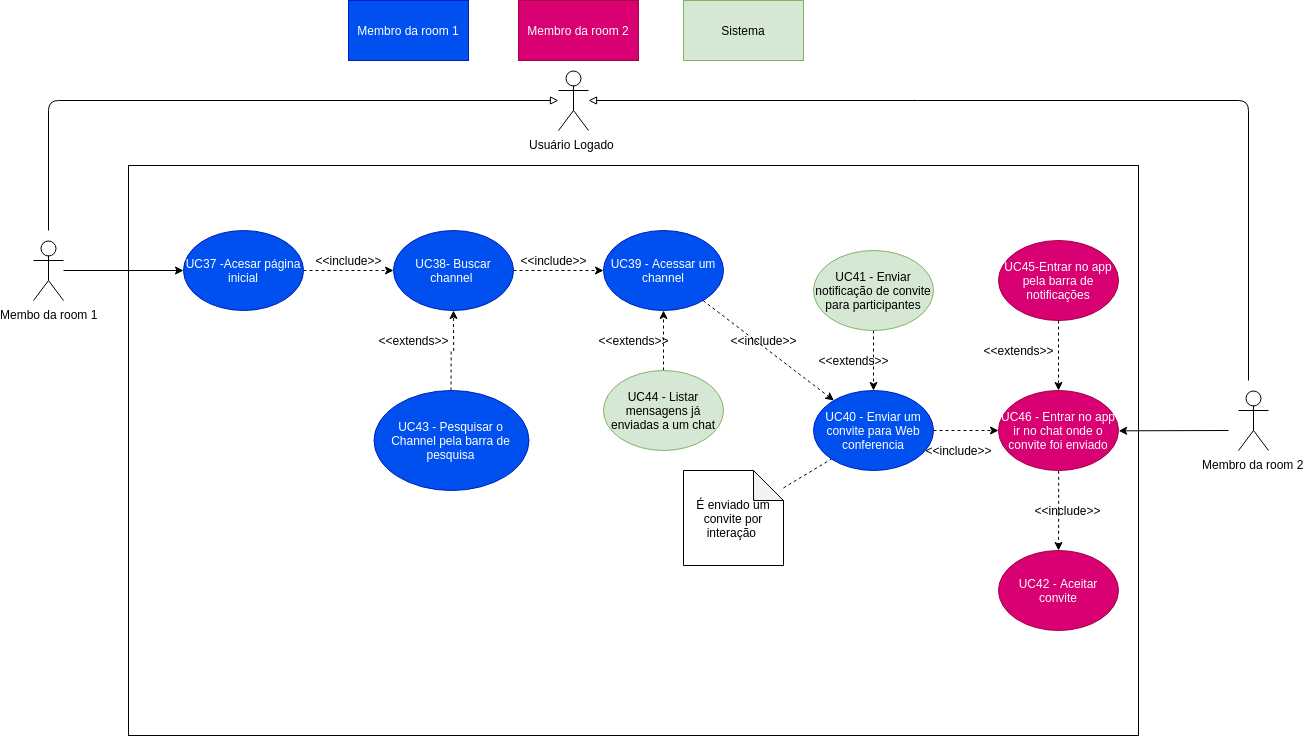
Above: docs/img/Modelagem/dcu2_videoChat.png in MarcosNBJ/2019.1-RocketChat (draw.io), before the change. Source tidied: cells renumbered, new cells last; positions are measured from the earlier drawing's top-left corner, leaving out a move shared by most shapes.
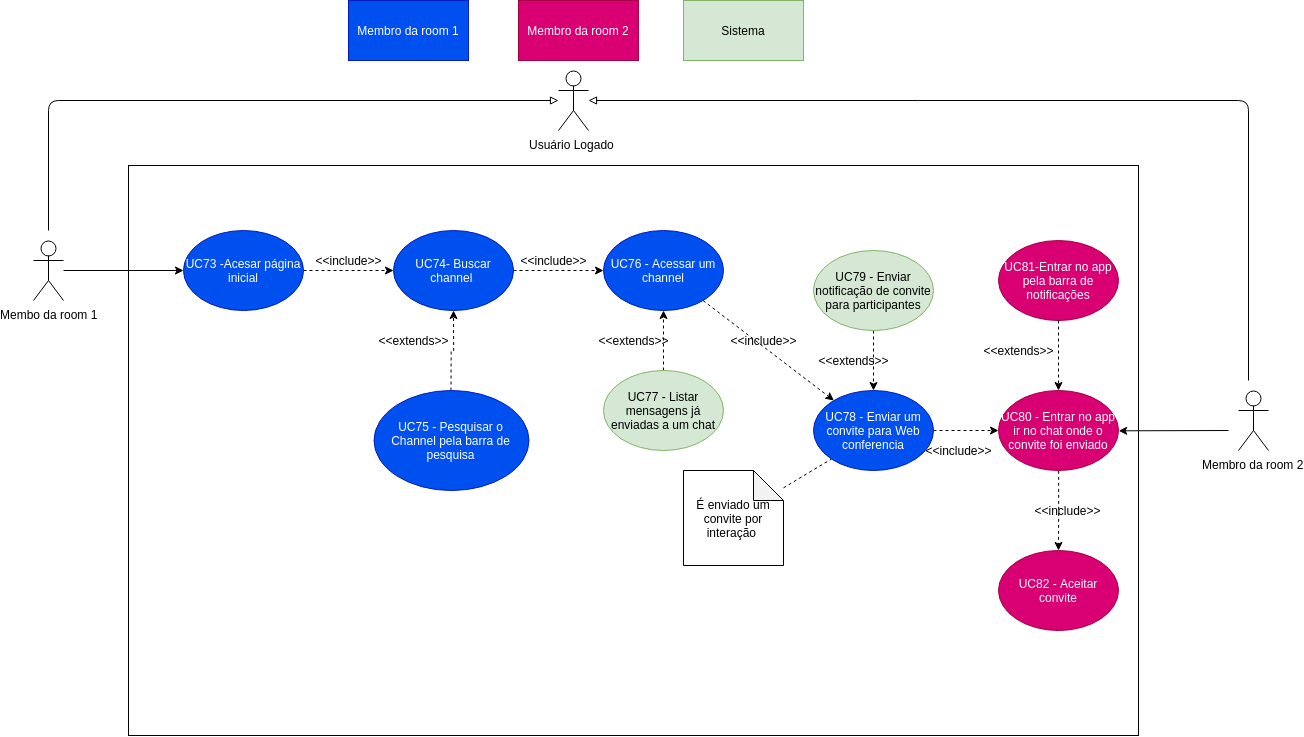
After the commit.

Commit message:
Ajustando os codigos

Change to the diagram source:
```diff
@@ -11,7 +11,7 @@
     <mxCell id="4" style="edgeStyle=orthogonalEdgeStyle;rounded=0;jettySize=auto;html=1;dashed=1;" parent="1" edge="1" source="5" target="23">
       <mxGeometry relative="1" as="geometry" />
     </mxCell>
-    <mxCell id="5" value="UC37 -Acesar página inicial" style="ellipse;whiteSpace=wrap;html=1;fillColor=#0050ef;strokeColor=#001DBC;fontColor=#ffffff;" parent="1" vertex="1">
+    <mxCell id="5" value="UC73 -Acesar página inicial" style="ellipse;whiteSpace=wrap;html=1;fillColor=#0050ef;strokeColor=#001DBC;fontColor=#ffffff;" parent="1" vertex="1">
       <mxGeometry x="150" y="230" width="120" height="80" as="geometry" />
     </mxCell>
     <mxCell id="6" style="edgeStyle=orthogonalEdgeStyle;rounded=0;jettySize=auto;html=1;" parent="1" edge="1" source="2" target="5">
@@ -23,7 +23,7 @@
     <mxCell id="8" style="edgeStyle=orthogonalEdgeStyle;rounded=0;jettySize=auto;html=1;dashed=1;" parent="1" edge="1" source="9" target="23">
       <mxGeometry relative="1" as="geometry" />
     </mxCell>
-    <mxCell id="9" value="UC43 - Pesquisar o Channel pela barra de pesquisa" style="ellipse;whiteSpace=wrap;html=1;fillColor=#0050ef;strokeColor=#001DBC;fontColor=#ffffff;" parent="1" vertex="1">
+    <mxCell id="9" value="UC75 - Pesquisar o Channel pela barra de pesquisa" style="ellipse;whiteSpace=wrap;html=1;fillColor=#0050ef;strokeColor=#001DBC;fontColor=#ffffff;" parent="1" vertex="1">
       <mxGeometry x="340" y="390" width="155" height="100" as="geometry" />
     </mxCell>
     <mxCell id="10" value="&amp;lt;&amp;lt;extends&amp;gt;&amp;gt;" style="text;html=1;strokeColor=none;fillColor=none;align=center;verticalAlign=middle;whiteSpace=wrap;rounded=0;" parent="1" vertex="1">
@@ -32,7 +32,7 @@
     <mxCell id="11" style="edgeStyle=orthogonalEdgeStyle;rounded=0;jettySize=auto;html=1;dashed=1;" parent="1" edge="1" source="12" target="16">
       <mxGeometry relative="1" as="geometry" />
     </mxCell>
-    <mxCell id="12" value="UC40 - Enviar um convite para Web conferencia" style="ellipse;whiteSpace=wrap;html=1;fillColor=#0050ef;strokeColor=#001DBC;fontColor=#ffffff;" parent="1" vertex="1">
+    <mxCell id="12" value="UC78 - Enviar um convite para Web conferencia" style="ellipse;whiteSpace=wrap;html=1;fillColor=#0050ef;strokeColor=#001DBC;fontColor=#ffffff;" parent="1" vertex="1">
       <mxGeometry x="780" y="390" width="120" height="80" as="geometry" />
     </mxCell>
     <mxCell id="13" style="endArrow=classic;html=1;dashed=1;" parent="1" edge="1" source="24" target="12">
@@ -44,13 +44,13 @@
     <mxCell id="15" style="edgeStyle=orthogonalEdgeStyle;rounded=0;jettySize=auto;html=1;exitX=0.5;exitY=1;exitDx=0;exitDy=0;dashed=1;" parent="1" edge="1" source="16" target="37">
       <mxGeometry relative="1" as="geometry" />
     </mxCell>
-    <mxCell id="16" value="UC46 - Entrar no app ir no chat onde o convite foi enviado" style="ellipse;whiteSpace=wrap;html=1;fillColor=#d80073;strokeColor=#A50040;fontColor=#ffffff;" parent="1" vertex="1">
+    <mxCell id="16" value="UC80 - Entrar no app ir no chat onde o convite foi enviado" style="ellipse;whiteSpace=wrap;html=1;fillColor=#d80073;strokeColor=#A50040;fontColor=#ffffff;" parent="1" vertex="1">
       <mxGeometry x="965" y="390" width="120" height="80" as="geometry" />
     </mxCell>
     <mxCell id="17" style="edgeStyle=orthogonalEdgeStyle;rounded=0;jettySize=auto;html=1;dashed=1;" parent="1" edge="1" source="18" target="12">
       <mxGeometry relative="1" as="geometry" />
     </mxCell>
-    <mxCell id="18" value="UC41 - Enviar notificação de convite para participantes" style="ellipse;whiteSpace=wrap;html=1;fillColor=#d5e8d4;strokeColor=#82b366;" parent="1" vertex="1">
+    <mxCell id="18" value="UC79 - Enviar notificação de convite para participantes" style="ellipse;whiteSpace=wrap;html=1;fillColor=#d5e8d4;strokeColor=#82b366;" parent="1" vertex="1">
       <mxGeometry x="780" y="250" width="120" height="80" as="geometry" />
     </mxCell>
     <mxCell id="19" value="&amp;lt;&amp;lt;extends&amp;gt;&amp;gt;" style="text;html=1;strokeColor=none;fillColor=none;align=center;verticalAlign=middle;whiteSpace=wrap;rounded=0;" parent="1" vertex="1">
@@ -65,10 +65,10 @@
     <mxCell id="22" style="edgeStyle=orthogonalEdgeStyle;rounded=0;jettySize=auto;html=1;dashed=1;" parent="1" edge="1" source="23" target="24">
       <mxGeometry relative="1" as="geometry" />
     </mxCell>
-    <mxCell id="23" value="UC38- Buscar channel&amp;nbsp;" style="ellipse;whiteSpace=wrap;html=1;fillColor=#0050ef;strokeColor=#001DBC;fontColor=#ffffff;" parent="1" vertex="1">
+    <mxCell id="23" value="UC74- Buscar channel&amp;nbsp;" style="ellipse;whiteSpace=wrap;html=1;fillColor=#0050ef;strokeColor=#001DBC;fontColor=#ffffff;" parent="1" vertex="1">
       <mxGeometry x="360" y="230" width="120" height="80" as="geometry" />
     </mxCell>
-    <mxCell id="24" value="UC39 - Acessar um channel" style="ellipse;whiteSpace=wrap;html=1;fillColor=#0050ef;strokeColor=#001DBC;fontColor=#ffffff;" parent="1" vertex="1">
+    <mxCell id="24" value="UC76 - Acessar um channel" style="ellipse;whiteSpace=wrap;html=1;fillColor=#0050ef;strokeColor=#001DBC;fontColor=#ffffff;" parent="1" vertex="1">
       <mxGeometry x="570" y="230" width="120" height="80" as="geometry" />
     </mxCell>
     <mxCell id="25" value="&amp;lt;&amp;lt;include&amp;gt;&amp;gt;" style="text;html=1;strokeColor=none;fillColor=none;align=center;verticalAlign=middle;whiteSpace=wrap;rounded=0;" parent="1" vertex="1">
@@ -77,7 +77,7 @@
     <mxCell id="26" style="edgeStyle=orthogonalEdgeStyle;rounded=0;jettySize=auto;html=1;dashed=1;" parent="1" edge="1" source="27" target="24">
       <mxGeometry relative="1" as="geometry" />
     </mxCell>
-    <mxCell id="27" value="UC44 - Listar mensagens já enviadas a um chat" style="ellipse;whiteSpace=wrap;html=1;fillColor=#d5e8d4;strokeColor=#82b366;" parent="1" vertex="1">
+    <mxCell id="27" value="UC77 - Listar mensagens já enviadas a um chat" style="ellipse;whiteSpace=wrap;html=1;fillColor=#d5e8d4;strokeColor=#82b366;" parent="1" vertex="1">
       <mxGeometry x="570" y="370" width="120" height="80" as="geometry" />
     </mxCell>
     <mxCell id="28" value="&amp;lt;&amp;lt;extends&amp;gt;&amp;gt;" style="text;html=1;strokeColor=none;fillColor=none;align=center;verticalAlign=middle;whiteSpace=wrap;rounded=0;" parent="1" vertex="1">
@@ -101,13 +101,13 @@
     <mxCell id="34" value="Usuário Logado&amp;nbsp;" style="shape=umlActor;verticalLabelPosition=bottom;labelBackgroundColor=#ffffff;verticalAlign=top;html=1;" parent="1" vertex="1">
       <mxGeometry x="525" y="70" width="30" height="60" as="geometry" />
     </mxCell>
-    <mxCell id="35" value="UC45-Entrar no app pela barra de notificações" style="ellipse;whiteSpace=wrap;html=1;fillColor=#d80073;strokeColor=#A50040;fontColor=#ffffff;" parent="1" vertex="1">
+    <mxCell id="35" value="UC81-Entrar no app pela barra de notificações" style="ellipse;whiteSpace=wrap;html=1;fillColor=#d80073;strokeColor=#A50040;fontColor=#ffffff;" parent="1" vertex="1">
       <mxGeometry x="965" y="240" width="120" height="80" as="geometry" />
     </mxCell>
     <mxCell id="36" style="endArrow=classic;html=1;dashed=1;" parent="1" edge="1" source="35" target="16">
       <mxGeometry relative="1" as="geometry" />
     </mxCell>
-    <mxCell id="37" value="&lt;span&gt;UC42 - Aceitar convite&lt;/span&gt;" style="ellipse;whiteSpace=wrap;html=1;fillColor=#d80073;strokeColor=#A50040;fontColor=#ffffff;" parent="1" vertex="1">
+    <mxCell id="37" value="&lt;span&gt;UC82 - Aceitar convite&lt;/span&gt;" style="ellipse;whiteSpace=wrap;html=1;fillColor=#d80073;strokeColor=#A50040;fontColor=#ffffff;" parent="1" vertex="1">
       <mxGeometry x="965" y="550" width="120" height="80" as="geometry" />
     </mxCell>
     <mxCell id="38" value="&amp;lt;&amp;lt;extends&amp;gt;&amp;gt;" style="text;html=1;strokeColor=none;fillColor=none;align=center;verticalAlign=middle;whiteSpace=wrap;rounded=0;" parent="1" vertex="1">
```
